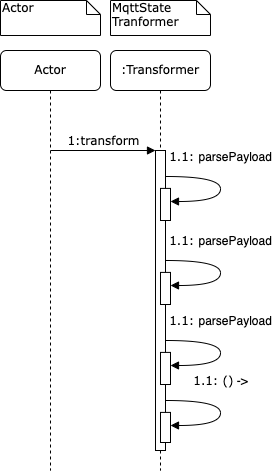
MJ7898/Master-Thesis keeps this draw.io diagram as images/Transformation_new.drawio.png. Above is the earlier version. Source tidied: cells renumbered, new cells last; positions are measured from the earlier drawing's top-left corner, leaving out a move shared by most shapes.
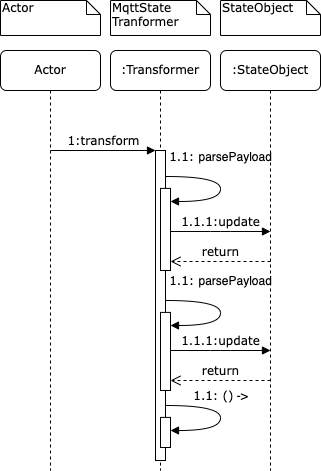
After the commit.

What changed in the source:
```diff
@@ -6,10 +6,10 @@
       <mxGeometry x="110" y="50" width="100" height="420" as="geometry" />
     </mxCell>
     <mxCell id="3" style="html=1;points=[];perimeter=orthogonalPerimeter;rounded=0;shadow=0;comic=0;labelBackgroundColor=none;strokeWidth=1;fontFamily=Verdana;fontSize=12;align=center;" parent="2" vertex="1">
-      <mxGeometry x="45" y="100" width="10" height="300" as="geometry" />
+      <mxGeometry x="45" y="100" width="10" height="310" as="geometry" />
     </mxCell>
     <mxCell id="4" style="html=1;perimeter=orthogonalPerimeter;rounded=0;shadow=0;comic=0;labelBackgroundColor=none;strokeWidth=1;fontFamily=Verdana;fontSize=12;align=center;" parent="2" vertex="1">
-      <mxGeometry x="50" y="137.9" width="10" height="32.1" as="geometry" />
+      <mxGeometry x="50" y="137.9" width="10" height="82.1" as="geometry" />
     </mxCell>
     <mxCell id="5" value="1.1:&amp;nbsp;&lt;span style=&quot;font-family: sans-serif; text-align: start; caret-color: rgb(0, 0, 0);&quot;&gt;parsePayload&lt;/span&gt;" style="html=1;verticalAlign=bottom;endArrow=block;labelBackgroundColor=none;fontFamily=Verdana;fontSize=12;elbow=vertical;edgeStyle=orthogonalEdgeStyle;curved=1;exitX=1.038;exitY=0.345;exitPerimeter=0;entryX=1;entryY=0.221;entryDx=0;entryDy=0;entryPerimeter=0;" parent="2" edge="1">
       <mxGeometry x="-0.16" y="-10" relative="1" as="geometry">
@@ -23,47 +23,32 @@
       </mxGeometry>
     </mxCell>
     <mxCell id="6" style="html=1;perimeter=orthogonalPerimeter;rounded=0;shadow=0;comic=0;labelBackgroundColor=none;strokeWidth=1;fontFamily=Verdana;fontSize=12;align=center;" parent="2" vertex="1">
-      <mxGeometry x="50" y="361.9" width="10" height="30.1" as="geometry" />
+      <mxGeometry x="50" y="366.9" width="10" height="30.1" as="geometry" />
     </mxCell>
     <mxCell id="7" value="1.1: ()&lt;span style=&quot;font-family: sans-serif; text-align: start; caret-color: rgb(0, 0, 0); background-color: rgb(255, 255, 255);&quot;&gt;&amp;nbsp;-&amp;gt;&lt;/span&gt;" style="html=1;verticalAlign=bottom;endArrow=block;labelBackgroundColor=none;fontFamily=Verdana;fontSize=12;elbow=vertical;edgeStyle=orthogonalEdgeStyle;curved=1;exitX=1.038;exitY=0.345;exitPerimeter=0;entryX=1;entryY=0.221;entryDx=0;entryDy=0;entryPerimeter=0;" parent="2" edge="1">
-      <mxGeometry x="-0.16" y="-10" relative="1" as="geometry">
-        <mxPoint x="55.4" y="350" as="sourcePoint" />
-        <mxPoint x="60" y="375" as="targetPoint" />
+      <mxGeometry x="-0.16" relative="1" as="geometry">
+        <mxPoint x="55.4" y="355" as="sourcePoint" />
+        <mxPoint x="60" y="380" as="targetPoint" />
         <Array as="points">
-          <mxPoint x="110" y="350" />
-          <mxPoint x="110" y="375" />
+          <mxPoint x="110" y="355" />
+          <mxPoint x="110" y="380" />
         </Array>
-        <mxPoint x="10" y="-10" as="offset" />
       </mxGeometry>
     </mxCell>
     <mxCell id="8" style="html=1;perimeter=orthogonalPerimeter;rounded=0;shadow=0;comic=0;labelBackgroundColor=none;strokeWidth=1;fontFamily=Verdana;fontSize=12;align=center;" parent="2" vertex="1">
-      <mxGeometry x="50" y="221.9" width="10" height="32.1" as="geometry" />
+      <mxGeometry x="50" y="261.9" width="10" height="78.1" as="geometry" />
     </mxCell>
     <mxCell id="9" value="1.1:&amp;nbsp;&lt;span style=&quot;font-family: sans-serif; text-align: start; caret-color: rgb(0, 0, 0);&quot;&gt;parsePayload&lt;/span&gt;" style="html=1;verticalAlign=bottom;endArrow=block;labelBackgroundColor=none;fontFamily=Verdana;fontSize=12;elbow=vertical;edgeStyle=orthogonalEdgeStyle;curved=1;exitX=1.038;exitY=0.345;exitPerimeter=0;entryX=1;entryY=0.221;entryDx=0;entryDy=0;entryPerimeter=0;" parent="2" edge="1">
       <mxGeometry x="-0.16" y="-10" relative="1" as="geometry">
-        <mxPoint x="55.4" y="210" as="sourcePoint" />
-        <mxPoint x="60" y="235" as="targetPoint" />
+        <mxPoint x="55.4" y="250" as="sourcePoint" />
+        <mxPoint x="60" y="275" as="targetPoint" />
         <Array as="points">
-          <mxPoint x="110" y="210" />
-          <mxPoint x="110" y="235" />
+          <mxPoint x="110" y="250" />
+          <mxPoint x="110" y="275" />
         </Array>
         <mxPoint x="10" y="-10" as="offset" />
       </mxGeometry>
     </mxCell>
-    <mxCell id="10" style="html=1;perimeter=orthogonalPerimeter;rounded=0;shadow=0;comic=0;labelBackgroundColor=none;strokeWidth=1;fontFamily=Verdana;fontSize=12;align=center;" parent="2" vertex="1">
-      <mxGeometry x="50" y="301.9" width="10" height="32.1" as="geometry" />
-    </mxCell>
-    <mxCell id="11" value="1.1:&amp;nbsp;&lt;span style=&quot;font-family: sans-serif; text-align: start; caret-color: rgb(0, 0, 0);&quot;&gt;parsePayload&lt;/span&gt;" style="html=1;verticalAlign=bottom;endArrow=block;labelBackgroundColor=none;fontFamily=Verdana;fontSize=12;elbow=vertical;edgeStyle=orthogonalEdgeStyle;curved=1;exitX=1.038;exitY=0.345;exitPerimeter=0;entryX=1;entryY=0.221;entryDx=0;entryDy=0;entryPerimeter=0;" parent="2" edge="1">
-      <mxGeometry x="-0.16" y="-10" relative="1" as="geometry">
-        <mxPoint x="55.4" y="290" as="sourcePoint" />
-        <mxPoint x="60" y="315" as="targetPoint" />
-        <Array as="points">
-          <mxPoint x="110" y="290" />
-          <mxPoint x="110" y="315" />
-        </Array>
-        <mxPoint x="10" y="-10" as="offset" />
-      </mxGeometry>
-    </mxCell>
     <mxCell id="12" value="1:transform" style="html=1;verticalAlign=bottom;endArrow=block;entryX=0;entryY=0;labelBackgroundColor=none;fontFamily=Verdana;fontSize=12;edgeStyle=elbowEdgeStyle;elbow=vertical;entryDx=0;entryDy=0;entryPerimeter=0;" parent="1" edge="1" target="3">
       <mxGeometry relative="1" as="geometry">
         <mxPoint x="50" y="150" as="sourcePoint" />
@@ -78,5 +63,43 @@
     <mxCell id="15" value="Actor" style="shape=note;whiteSpace=wrap;html=1;size=14;verticalAlign=top;align=left;spacingTop=-6;rounded=0;shadow=0;comic=0;labelBackgroundColor=none;strokeWidth=1;fontFamily=Verdana;fontSize=12;fillColor=none;" parent="1" vertex="1">
       <mxGeometry width="100" height="35" as="geometry" />
     </mxCell>
+    <mxCell id="16" value=":StateObject" style="shape=umlLifeline;perimeter=lifelinePerimeter;whiteSpace=wrap;html=1;rounded=1;shadow=0;comic=0;labelBackgroundColor=none;strokeWidth=1;fontFamily=Verdana;fontSize=12;align=center;fillColor=none;" parent="1" vertex="1">
+      <mxGeometry x="220" y="50" width="100" height="420" as="geometry" />
+    </mxCell>
+    <mxCell id="17" value="1.1.1:update" style="html=1;verticalAlign=bottom;endArrow=block;labelBackgroundColor=none;fontFamily=Verdana;fontSize=12;edgeStyle=elbowEdgeStyle;elbow=vertical;" parent="16" edge="1">
+      <mxGeometry relative="1" as="geometry">
+        <mxPoint x="-50" y="181" as="sourcePoint" />
+        <mxPoint x="50" y="181" as="targetPoint" />
+      </mxGeometry>
+    </mxCell>
+    <mxCell id="18" value="return" style="html=1;verticalAlign=bottom;endArrow=open;dashed=1;endSize=8;labelBackgroundColor=none;fontFamily=Verdana;fontSize=12;edgeStyle=elbowEdgeStyle;elbow=vertical;" parent="16" edge="1">
+      <mxGeometry relative="1" as="geometry">
+        <mxPoint x="50" y="211" as="sourcePoint" />
+        <mxPoint x="-50" y="211" as="targetPoint" />
+        <Array as="points">
+          <mxPoint x="25" y="211" />
+          <mxPoint x="55" y="211" />
+        </Array>
+      </mxGeometry>
+    </mxCell>
+    <mxCell id="19" value="1.1.1:update" style="html=1;verticalAlign=bottom;endArrow=block;labelBackgroundColor=none;fontFamily=Verdana;fontSize=12;edgeStyle=elbowEdgeStyle;elbow=vertical;" parent="16" edge="1">
+      <mxGeometry relative="1" as="geometry">
+        <mxPoint x="-50" y="300" as="sourcePoint" />
+        <mxPoint x="50" y="300" as="targetPoint" />
+      </mxGeometry>
+    </mxCell>
+    <mxCell id="20" value="return" style="html=1;verticalAlign=bottom;endArrow=open;dashed=1;endSize=8;labelBackgroundColor=none;fontFamily=Verdana;fontSize=12;edgeStyle=elbowEdgeStyle;elbow=vertical;" parent="16" edge="1">
+      <mxGeometry relative="1" as="geometry">
+        <mxPoint x="50" y="330" as="sourcePoint" />
+        <mxPoint x="-50" y="330" as="targetPoint" />
+        <Array as="points">
+          <mxPoint x="25" y="330" />
+          <mxPoint x="55" y="330" />
+        </Array>
+      </mxGeometry>
+    </mxCell>
+    <mxCell id="21" value="StateObject" style="shape=note;whiteSpace=wrap;html=1;size=14;verticalAlign=top;align=left;spacingTop=-6;rounded=0;shadow=0;comic=0;labelBackgroundColor=none;strokeWidth=1;fontFamily=Verdana;fontSize=12;fillColor=none;" parent="1" vertex="1">
+      <mxGeometry x="220" width="100" height="35" as="geometry" />
+    </mxCell>
   </root>
 </mxGraphModel>
```
